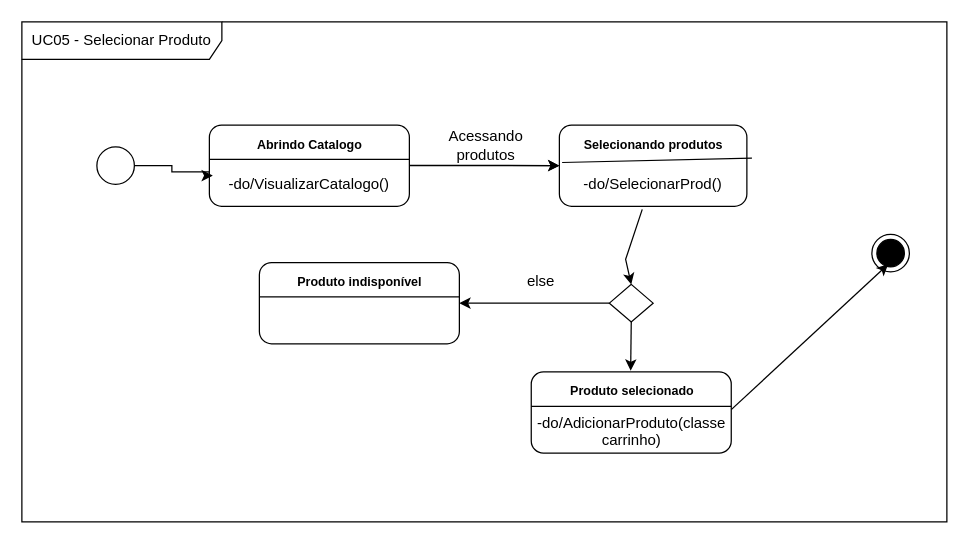
Before: DiagramaEstadosSelecionarProds.drawio in PedroAP2/Projeto-EngenhariaDaComputacao, a draw.io diagram. Source tidied: cells renumbered, new cells numbered last; positions are measured from the earlier drawing's top-left corner, leaving out a move shared by most shapes. Both pictures are drawn from the tidied source at 125%, with x=0, y=0 at pixel (21, 21).
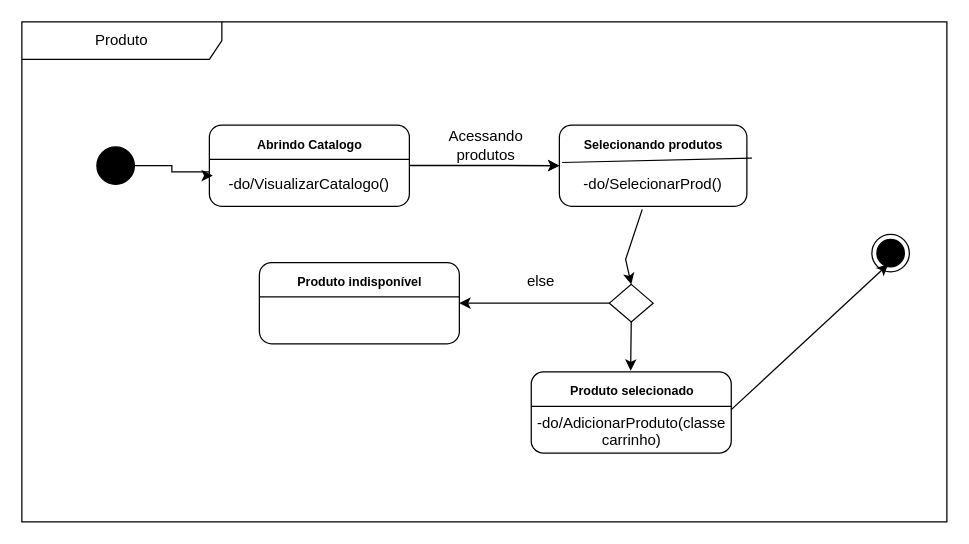
The same diagram, later.

Diff of the diagram source:
```diff
@@
-    <mxCell id="2" value="UC05 - Selecionar Produto" style="shape=umlFrame;whiteSpace=wrap;html=1;width=160;" parent="1" vertex="1">
+    <mxCell id="2" value="Produto" style="shape=umlFrame;whiteSpace=wrap;html=1;width=160;" parent="1" vertex="1">
       <mxGeometry width="740" height="400" as="geometry" />
     </mxCell>
@@
-    <mxCell id="4" style="ellipse;whiteSpace=wrap;html=1;fillColor=#FFFFFF;" parent="2" vertex="1">
+    <mxCell id="4" style="ellipse;whiteSpace=wrap;html=1;fillColor=#000000;" parent="2" vertex="1">
       <mxGeometry x="60" y="100" width="30" height="30" as="geometry" />
     </mxCell>
```
